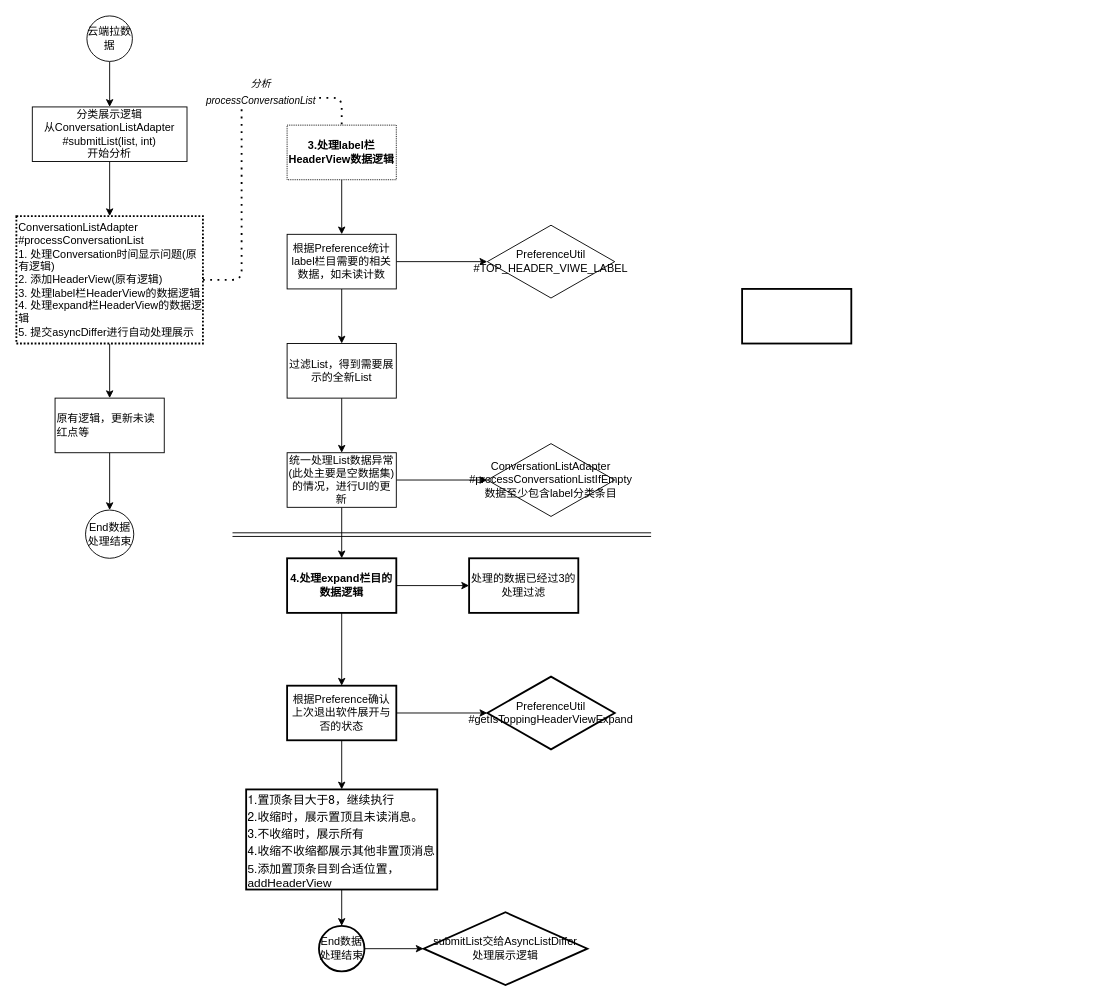
baizhu0414/Diagrams keeps this draw.io diagram as 消息界面流程图.drawio. Above is the earlier version. Source tidied: cells renumbered, new cells numbered last; positions are measured from the earlier drawing's top-left corner, leaving out a move shared by most shapes. Both pictures are drawn from the tidied source at 91%, with x=0, y=0 at pixel (15, 15).
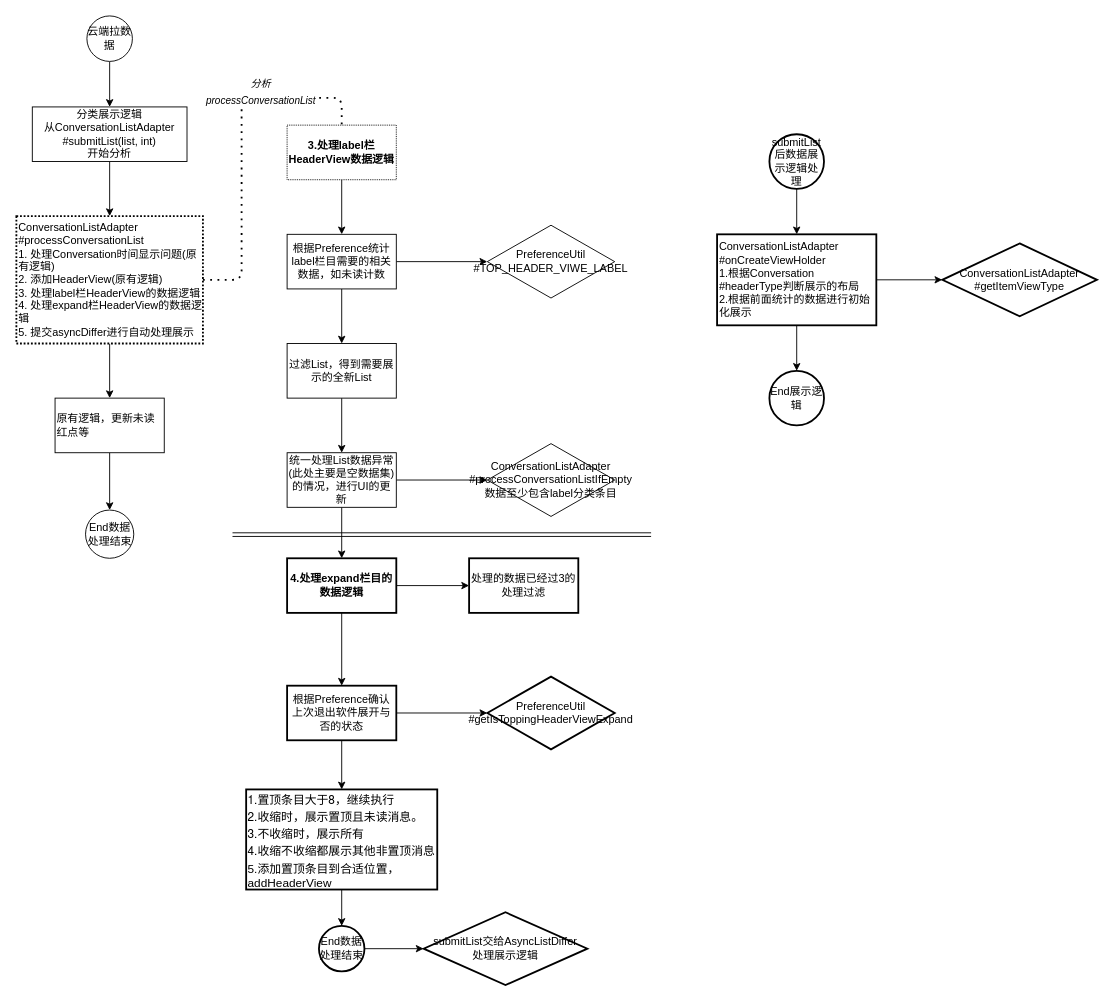
The same diagram, later.

Commit message:
211020-处理展示逻辑

The edit, as a diff of the source:
```diff
@@
+    <mxCell id="40" style="edgeStyle=orthogonalEdgeStyle;rounded=0;jettySize=auto;html=1;labelBackgroundColor=#000000;fontSize=12;strokeWidth=1;" parent="1" edge="1" source="36" target="44">
+      <mxGeometry relative="1" as="geometry" />
+    </mxCell>
+    <mxCell id="41" style="edgeStyle=orthogonalEdgeStyle;rounded=0;jettySize=auto;html=1;exitX=0.5;exitY=1;exitDx=0;exitDy=0;entryX=0.5;entryY=0;entryDx=0;entryDy=0;labelBackgroundColor=#000000;fontSize=12;strokeWidth=1;" parent="1" edge="1" source="36" target="45">
+      <mxGeometry relative="1" as="geometry" />
+    </mxCell>
-    <mxCell id="36" style="rounded=0;whiteSpace=wrap;html=1;strokeWidth=2;align=center;" parent="1" vertex="1">
-      <mxGeometry x="798" y="300" width="120" height="60" as="geometry" />
+    <mxCell id="36" value="&lt;span style=&quot;text-align: center&quot;&gt;ConversationListAdapter&lt;/span&gt;&lt;br style=&quot;text-align: center&quot;&gt;&lt;span style=&quot;text-align: center&quot;&gt;#onCreateViewHolder&lt;/span&gt;&lt;br&gt;1.根据Conversation&lt;br&gt;#headerType判断展示的布局&lt;br&gt;2.根据前面统计的数据进行初始化展示" style="rounded=0;whiteSpace=wrap;html=1;strokeWidth=2;align=left;" parent="1" vertex="1">
+      <mxGeometry x="770.5" y="240" width="175" height="100" as="geometry" />
     </mxCell>
@@
+    <mxCell id="42" style="edgeStyle=orthogonalEdgeStyle;rounded=0;jettySize=auto;html=1;exitX=0.5;exitY=1;exitDx=0;exitDy=0;entryX=0.5;entryY=0;entryDx=0;entryDy=0;labelBackgroundColor=#000000;fontSize=12;strokeWidth=1;" parent="1" edge="1" source="43" target="36">
+      <mxGeometry relative="1" as="geometry" />
+    </mxCell>
+    <mxCell id="43" value="submitList后数据展示逻辑处理" style="ellipse;whiteSpace=wrap;html=1;fontSize=12;strokeWidth=2;align=center;verticalAlign=middle;" parent="1" vertex="1">
+      <mxGeometry x="828" y="130" width="60" height="60" as="geometry" />
+    </mxCell>
+    <mxCell id="44" value="ConversationListAdapter&lt;br&gt;#getItemViewType" style="rhombus;whiteSpace=wrap;html=1;rounded=0;strokeWidth=2;" parent="1" vertex="1">
+      <mxGeometry x="1018" y="250" width="170" height="80" as="geometry" />
+    </mxCell>
+    <mxCell id="45" value="End展示逻辑" style="ellipse;whiteSpace=wrap;html=1;fontSize=12;strokeWidth=2;align=center;verticalAlign=middle;" parent="1" vertex="1">
+      <mxGeometry x="828" y="390" width="60" height="60" as="geometry" />
+    </mxCell>
```
